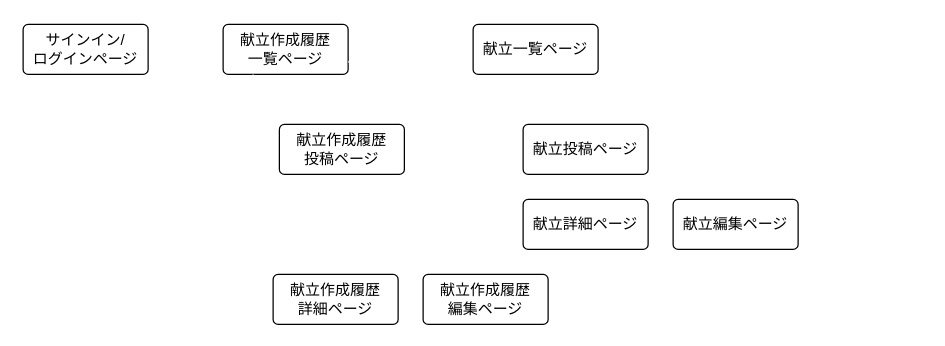
The draw.io diagram config/screen_transition.dio in rynao/menu_record, before the edit. Source tidied: cells renumbered, new cells numbered last; positions are measured from the earlier drawing's top-left corner, leaving out a move shared by most shapes. Both pictures are drawn from the tidied source at 125%, with x=0, y=0 at pixel (22, 24).
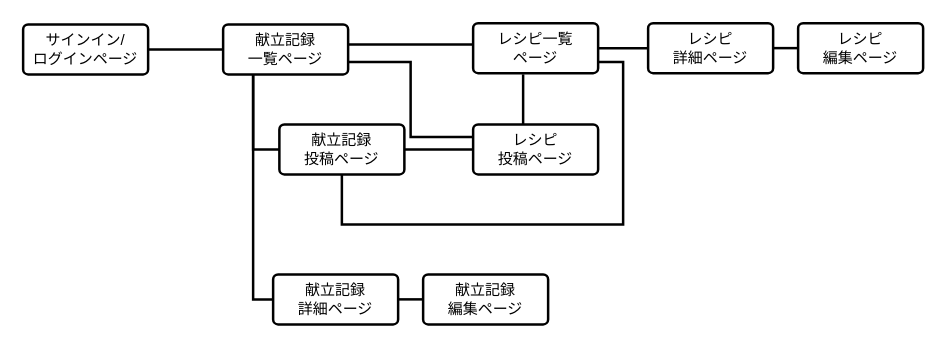
After the change.

Change to the diagram source:
```diff
@@
-<mxGraphModel>
+<mxGraphModel background="#ffffff">
@@
-    <mxCell id="2" style="edgeStyle=orthogonalEdgeStyle;rounded=0;html=1;exitX=1;exitY=0.5;exitDx=0;exitDy=0;entryX=0;entryY=0.5;entryDx=0;entryDy=0;endArrow=none;endFill=0;strokeColor=#FFFFFF;" parent="1" edge="1" source="3" target="6">
+    <mxCell id="2" style="edgeStyle=orthogonalEdgeStyle;rounded=0;html=1;exitX=1;exitY=0.5;exitDx=0;exitDy=0;entryX=0;entryY=0.5;entryDx=0;entryDy=0;endArrow=none;endFill=0;strokeColor=#000000;strokeWidth=2;" parent="1" edge="1" source="3" target="6">
       <mxGeometry relative="1" as="geometry" />
     </mxCell>
-    <mxCell id="3" value="サインイン/&lt;br&gt;ログインページ" style="rounded=1;arcSize=10;whiteSpace=wrap;html=1;align=center;" parent="1" vertex="1">
+    <mxCell id="3" value="サインイン/&lt;br&gt;ログインページ" style="rounded=1;arcSize=10;whiteSpace=wrap;html=1;align=center;fillColor=none;fontColor=#000000;labelBorderColor=none;strokeColor=#000000;strokeWidth=2;" parent="1" vertex="1">
       <mxGeometry width="100" height="40" as="geometry" />
     </mxCell>
-    <mxCell id="4" style="edgeStyle=orthogonalEdgeStyle;html=1;entryX=0;entryY=0.5;entryDx=0;entryDy=0;endArrow=none;endFill=0;rounded=0;strokeColor=#FFFFFF;" parent="1" edge="1" source="6" target="8">
+    <mxCell id="4" style="edgeStyle=orthogonalEdgeStyle;html=1;entryX=0;entryY=0.5;entryDx=0;entryDy=0;endArrow=none;endFill=0;rounded=0;strokeColor=#000000;strokeWidth=2;" parent="1" edge="1" target="8">
       <mxGeometry relative="1" as="geometry">
+        <mxPoint x="184" y="40" as="sourcePoint" />
         <Array as="points">
-          <mxPoint x="190" y="100" />
+          <mxPoint x="184" y="100" />
         </Array>
       </mxGeometry>
     </mxCell>
-    <mxCell id="5" style="edgeStyle=orthogonalEdgeStyle;rounded=0;html=1;exitX=1;exitY=0.5;exitDx=0;exitDy=0;entryX=0;entryY=0.5;entryDx=0;entryDy=0;endArrow=none;endFill=0;strokeColor=#FFFFFF;" parent="1" edge="1">
+    <mxCell id="5" style="edgeStyle=orthogonalEdgeStyle;rounded=0;html=1;exitX=1;exitY=0.5;exitDx=0;exitDy=0;entryX=0;entryY=0.5;entryDx=0;entryDy=0;endArrow=none;endFill=0;strokeColor=#000000;strokeWidth=2;" parent="1" edge="1">
       <mxGeometry relative="1" as="geometry">
         <mxPoint x="260" y="16" as="sourcePoint" />
         <mxPoint x="360" y="16" as="targetPoint" />
       </mxGeometry>
     </mxCell>
-    <mxCell id="6" value="献立作成履歴&lt;br&gt;一覧ページ" style="rounded=1;arcSize=10;whiteSpace=wrap;html=1;align=center;" parent="1" vertex="1">
+    <mxCell id="6" value="献立記録&lt;br&gt;一覧ページ" style="rounded=1;arcSize=10;whiteSpace=wrap;html=1;align=center;fillColor=none;fontColor=#000000;labelBorderColor=none;strokeColor=#000000;strokeWidth=2;" parent="1" vertex="1">
       <mxGeometry x="160" width="100" height="40" as="geometry" />
     </mxCell>
-    <mxCell id="7" style="edgeStyle=orthogonalEdgeStyle;rounded=0;html=1;exitX=1;exitY=0.5;exitDx=0;exitDy=0;entryX=0;entryY=0.5;entryDx=0;entryDy=0;endArrow=none;endFill=0;strokeColor=#FFFFFF;" parent="1" edge="1" source="8" target="18">
+    <mxCell id="7" style="edgeStyle=orthogonalEdgeStyle;rounded=0;html=1;exitX=1;exitY=0.5;exitDx=0;exitDy=0;entryX=0;entryY=0.5;entryDx=0;entryDy=0;endArrow=none;endFill=0;strokeColor=#000000;strokeWidth=2;" parent="1" edge="1" source="8" target="18">
       <mxGeometry relative="1" as="geometry" />
     </mxCell>
-    <mxCell id="8" value="献立作成履歴&lt;br&gt;投稿ページ" style="rounded=1;arcSize=10;whiteSpace=wrap;html=1;align=center;" parent="1" vertex="1">
+    <mxCell id="8" value="献立記録&lt;br&gt;投稿ページ" style="rounded=1;arcSize=10;whiteSpace=wrap;html=1;align=center;fillColor=none;fontColor=#000000;labelBorderColor=none;strokeColor=#000000;strokeWidth=2;" parent="1" vertex="1">
       <mxGeometry x="205" y="80" width="100" height="40" as="geometry" />
     </mxCell>
-    <mxCell id="9" style="edgeStyle=orthogonalEdgeStyle;html=1;exitX=0;exitY=0.5;exitDx=0;exitDy=0;entryX=0.25;entryY=1;entryDx=0;entryDy=0;endArrow=none;endFill=0;rounded=0;strokeColor=#FFFFFF;" parent="1" edge="1" source="11">
+    <mxCell id="9" style="edgeStyle=orthogonalEdgeStyle;html=1;exitX=0;exitY=0.5;exitDx=0;exitDy=0;entryX=0.25;entryY=1;entryDx=0;entryDy=0;endArrow=none;endFill=0;rounded=0;strokeColor=#000000;strokeWidth=2;" parent="1" edge="1" source="11">
       <mxGeometry relative="1" as="geometry">
         <mxPoint x="184" y="40" as="targetPoint" />
         <Array as="points">
           <mxPoint x="184" y="220" />
         </Array>
       </mxGeometry>
     </mxCell>
-    <mxCell id="10" style="edgeStyle=orthogonalEdgeStyle;rounded=0;html=1;exitX=1;exitY=0.5;exitDx=0;exitDy=0;entryX=0;entryY=0.5;entryDx=0;entryDy=0;endArrow=none;endFill=0;strokeColor=#FFFFFF;" parent="1" edge="1" source="11" target="12">
+    <mxCell id="10" style="edgeStyle=orthogonalEdgeStyle;rounded=0;html=1;exitX=1;exitY=0.5;exitDx=0;exitDy=0;entryX=0;entryY=0.5;entryDx=0;entryDy=0;endArrow=none;endFill=0;strokeColor=#000000;strokeWidth=2;" parent="1" edge="1" source="11" target="12">
       <mxGeometry relative="1" as="geometry" />
     </mxCell>
-    <mxCell id="11" value="献立作成履歴&lt;br&gt;詳細ページ" style="rounded=1;arcSize=10;whiteSpace=wrap;html=1;align=center;" parent="1" vertex="1">
+    <mxCell id="11" value="献立記録&lt;br&gt;詳細ページ" style="rounded=1;arcSize=10;whiteSpace=wrap;html=1;align=center;fillColor=none;fontColor=#000000;labelBorderColor=none;strokeColor=#000000;strokeWidth=2;" parent="1" vertex="1">
       <mxGeometry x="200" y="200" width="100" height="40" as="geometry" />
     </mxCell>
-    <mxCell id="12" value="献立作成履歴&lt;br&gt;編集ページ" style="rounded=1;arcSize=10;whiteSpace=wrap;html=1;align=center;" parent="1" vertex="1">
+    <mxCell id="12" value="献立記録&lt;br&gt;編集ページ" style="rounded=1;arcSize=10;whiteSpace=wrap;html=1;align=center;fillColor=none;fontColor=#000000;labelBorderColor=none;strokeColor=#000000;strokeWidth=2;" parent="1" vertex="1">
       <mxGeometry x="320" y="200" width="100" height="40" as="geometry" />
     </mxCell>
-    <mxCell id="13" style="edgeStyle=orthogonalEdgeStyle;rounded=0;html=1;exitX=1;exitY=0.75;exitDx=0;exitDy=0;entryX=0;entryY=0.25;entryDx=0;entryDy=0;endArrow=none;endFill=0;strokeColor=#FFFFFF;" parent="1" edge="1" source="6" target="18">
+    <mxCell id="13" style="edgeStyle=orthogonalEdgeStyle;rounded=0;html=1;exitX=1;exitY=0.75;exitDx=0;exitDy=0;entryX=0;entryY=0.25;entryDx=0;entryDy=0;endArrow=none;endFill=0;strokeColor=#000000;strokeWidth=2;" parent="1" edge="1" source="6" target="18">
       <mxGeometry relative="1" as="geometry" />
     </mxCell>
-    <mxCell id="14" style="edgeStyle=orthogonalEdgeStyle;rounded=0;html=1;exitX=1;exitY=0.5;exitDx=0;exitDy=0;entryX=1;entryY=0.25;entryDx=0;entryDy=0;endArrow=none;endFill=0;strokeColor=#FFFFFF;" parent="1" edge="1" source="16" target="20">
+    <mxCell id="14" style="edgeStyle=orthogonalEdgeStyle;rounded=0;html=1;exitX=1;exitY=0.5;exitDx=0;exitDy=0;entryX=0;entryY=0.5;entryDx=0;entryDy=0;endArrow=none;endFill=0;strokeColor=#000000;strokeWidth=2;" parent="1" edge="1" source="16" target="20">
       <mxGeometry relative="1" as="geometry" />
     </mxCell>
-    <mxCell id="15" style="edgeStyle=orthogonalEdgeStyle;rounded=0;html=1;exitX=0.5;exitY=1;exitDx=0;exitDy=0;entryX=0.1;entryY=0;entryDx=0;entryDy=0;entryPerimeter=0;endArrow=none;endFill=0;strokeColor=#FFFFFF;" parent="1" edge="1">
+    <mxCell id="15" style="edgeStyle=orthogonalEdgeStyle;rounded=0;html=1;exitX=0.5;exitY=1;exitDx=0;exitDy=0;entryX=0.1;entryY=0;entryDx=0;entryDy=0;entryPerimeter=0;endArrow=none;endFill=0;strokeColor=#000000;strokeWidth=2;" parent="1" edge="1">
       <mxGeometry relative="1" as="geometry">
-        <mxPoint x="429" y="40" as="sourcePoint" />
-        <mxPoint x="429" y="80" as="targetPoint" />
+        <mxPoint x="400" y="40" as="sourcePoint" />
+        <mxPoint x="400" y="80" as="targetPoint" />
+        <Array as="points">
+          <mxPoint x="400" y="70" />
+          <mxPoint x="400" y="70" />
+        </Array>
       </mxGeometry>
     </mxCell>
-    <mxCell id="16" value="献立一覧ページ" style="rounded=1;arcSize=10;whiteSpace=wrap;html=1;align=center;" parent="1" vertex="1">
-      <mxGeometry x="360" width="100" height="40" as="geometry" />
+    <mxCell id="16" value="レシピ一覧&lt;br&gt;ページ" style="rounded=1;arcSize=10;whiteSpace=wrap;html=1;align=center;fillColor=none;fontColor=#000000;labelBorderColor=none;strokeColor=#000000;strokeWidth=2;" parent="1" vertex="1">
+      <mxGeometry x="360" y="-1" width="100" height="40" as="geometry" />
     </mxCell>
-    <mxCell id="17" style="edgeStyle=orthogonalEdgeStyle;rounded=0;html=1;exitX=0.5;exitY=1;exitDx=0;exitDy=0;entryX=0.5;entryY=0;entryDx=0;entryDy=0;endArrow=none;endFill=0;strokeColor=#FFFFFF;" parent="1" edge="1">
-      <mxGeometry relative="1" as="geometry">
-        <mxPoint x="429" y="120" as="sourcePoint" />
-        <mxPoint x="429" y="140" as="targetPoint" />
-      </mxGeometry>
-    </mxCell>
-    <mxCell id="18" value="献立投稿ページ" style="rounded=1;arcSize=10;whiteSpace=wrap;html=1;align=center;" parent="1" vertex="1">
-      <mxGeometry x="400" y="80" width="100" height="40" as="geometry" />
+    <mxCell id="18" value="レシピ&lt;br&gt;投稿ページ" style="rounded=1;arcSize=10;whiteSpace=wrap;html=1;align=center;fillColor=none;fontColor=#000000;labelBorderColor=none;strokeColor=#000000;strokeWidth=2;" parent="1" vertex="1">
+      <mxGeometry x="360" y="80" width="100" height="40" as="geometry" />
     </mxCell>
-    <mxCell id="19" style="edgeStyle=orthogonalEdgeStyle;rounded=0;html=1;exitX=1;exitY=0.5;exitDx=0;exitDy=0;entryX=0;entryY=0.5;entryDx=0;entryDy=0;endArrow=none;endFill=0;strokeColor=#FFFFFF;" parent="1" edge="1" source="20" target="21">
+    <mxCell id="19" style="edgeStyle=orthogonalEdgeStyle;rounded=0;html=1;exitX=1;exitY=0.5;exitDx=0;exitDy=0;entryX=0;entryY=0.5;entryDx=0;entryDy=0;endArrow=none;endFill=0;entryPerimeter=0;strokeColor=#000000;strokeWidth=2;" parent="1" edge="1" source="20" target="21">
       <mxGeometry relative="1" as="geometry" />
     </mxCell>
-    <mxCell id="20" value="献立詳細ページ" style="rounded=1;arcSize=10;whiteSpace=wrap;html=1;align=center;" parent="1" vertex="1">
-      <mxGeometry x="400" y="140" width="100" height="40" as="geometry" />
+    <mxCell id="20" value="レシピ&lt;br&gt;詳細ページ" style="rounded=1;arcSize=10;whiteSpace=wrap;html=1;align=center;fillColor=none;fontColor=#000000;labelBorderColor=none;strokeColor=#000000;strokeWidth=2;" parent="1" vertex="1">
+      <mxGeometry x="500" y="-1" width="100" height="40" as="geometry" />
     </mxCell>
-    <mxCell id="21" value="献立編集ページ" style="rounded=1;arcSize=10;whiteSpace=wrap;html=1;align=center;" parent="1" vertex="1">
-      <mxGeometry x="520" y="140" width="100" height="40" as="geometry" />
+    <mxCell id="21" value="レシピ&lt;br&gt;編集ページ" style="rounded=1;arcSize=10;whiteSpace=wrap;html=1;align=center;fillColor=none;fontColor=#000000;labelBorderColor=none;strokeColor=#000000;strokeWidth=2;" parent="1" vertex="1">
+      <mxGeometry x="620" y="-1" width="100" height="40" as="geometry" />
     </mxCell>
+    <mxCell id="22" style="edgeStyle=orthogonalEdgeStyle;rounded=0;html=1;endArrow=none;endFill=0;strokeColor=#000000;strokeWidth=2;" parent="1" edge="1" source="16" target="8">
+      <mxGeometry relative="1" as="geometry">
+        <Array as="points">
+          <mxPoint x="480" y="30" />
+          <mxPoint x="480" y="160" />
+          <mxPoint x="255" y="160" />
+        </Array>
+      </mxGeometry>
+    </mxCell>
```
